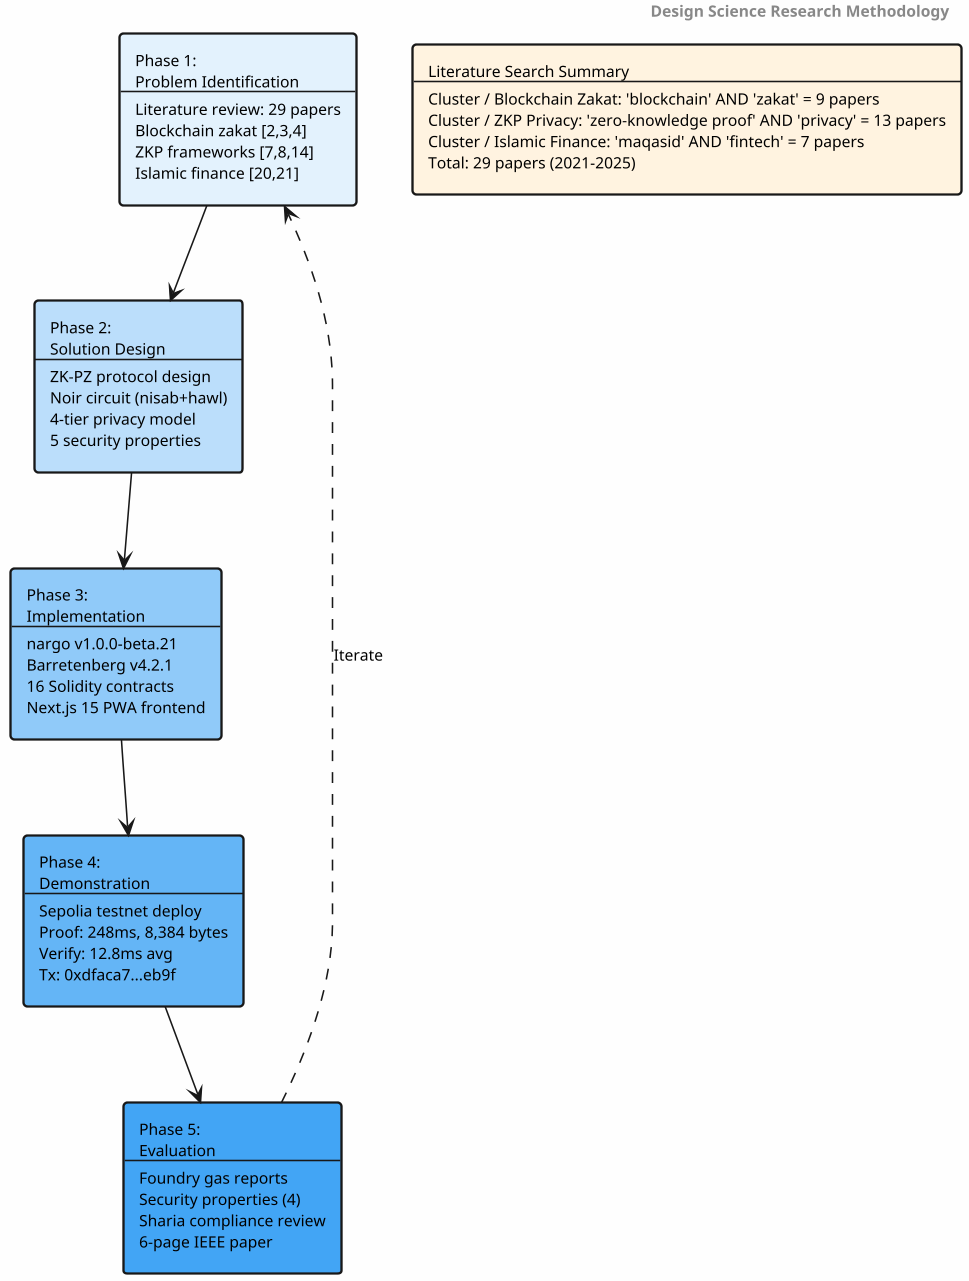
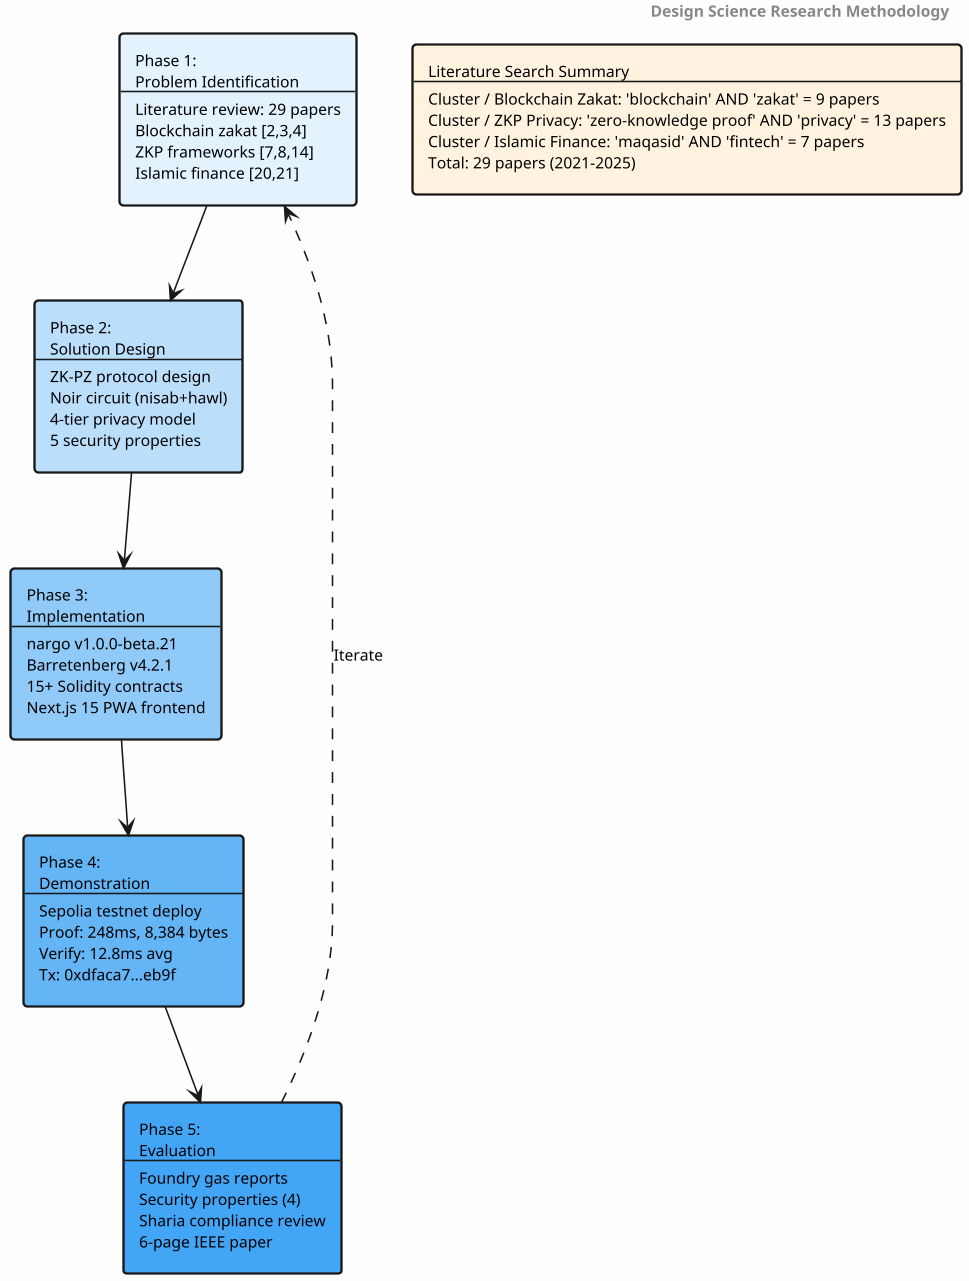
@startuml
skinparam backgroundColor #FEFEFE
skinparam shadowing false
skinparam defaultFontName Times-Roman
skinparam defaultFontSize 10
skinparam rectangleBorderThickness 1.5
skinparam dpi 150

header <b>Design Science Research Methodology</b>

rectangle "Phase 1:\nProblem Identification\n--\nLiterature review: 29 papers\nBlockchain zakat [2,3,4]\nZKP frameworks [7,8,14]\nIslamic finance [20,21]" as P1 #E3F2FD
rectangle "Phase 2:\nSolution Design\n--\nZK-PZ protocol design\nNoir circuit (nisab+hawl)\n4-tier privacy model\n5 security properties" as P2 #BBDEFB
- rectangle "Phase 3:\nImplementation\n--\nnargo v1.0.0-beta.21\nBarretenberg v4.2.1\n16 Solidity contracts\nNext.js 15 PWA frontend" as P3 #90CAF9
+ rectangle "Phase 3:\nImplementation\n--\nnargo v1.0.0-beta.21\nBarretenberg v4.2.1\n15+ Solidity contracts\nNext.js 15 PWA frontend" as P3 #90CAF9
rectangle "Phase 4:\nDemonstration\n--\nSepolia testnet deploy\nProof: 248ms, 8,384 bytes\nVerify: 12.8ms avg\nTx: 0xdfaca7...eb9f" as P4 #64B5F6
rectangle "Phase 5:\nEvaluation\n--\nFoundry gas reports\nSecurity properties (4)\nSharia compliance review\n6-page IEEE paper" as P5 #42A5F5

P1 --> P2
P2 --> P3
P3 --> P4
P4 --> P5
P5 ..> P1 : Iterate

rectangle "Literature Search Summary\n--\nCluster / Blockchain Zakat: 'blockchain' AND 'zakat' = 9 papers\nCluster / ZKP Privacy: 'zero-knowledge proof' AND 'privacy' = 13 papers\nCluster / Islamic Finance: 'maqasid' AND 'fintech' = 7 papers\nTotal: 29 papers (2021-2025)" as SUMMARY #FFF3E0

@enduml
